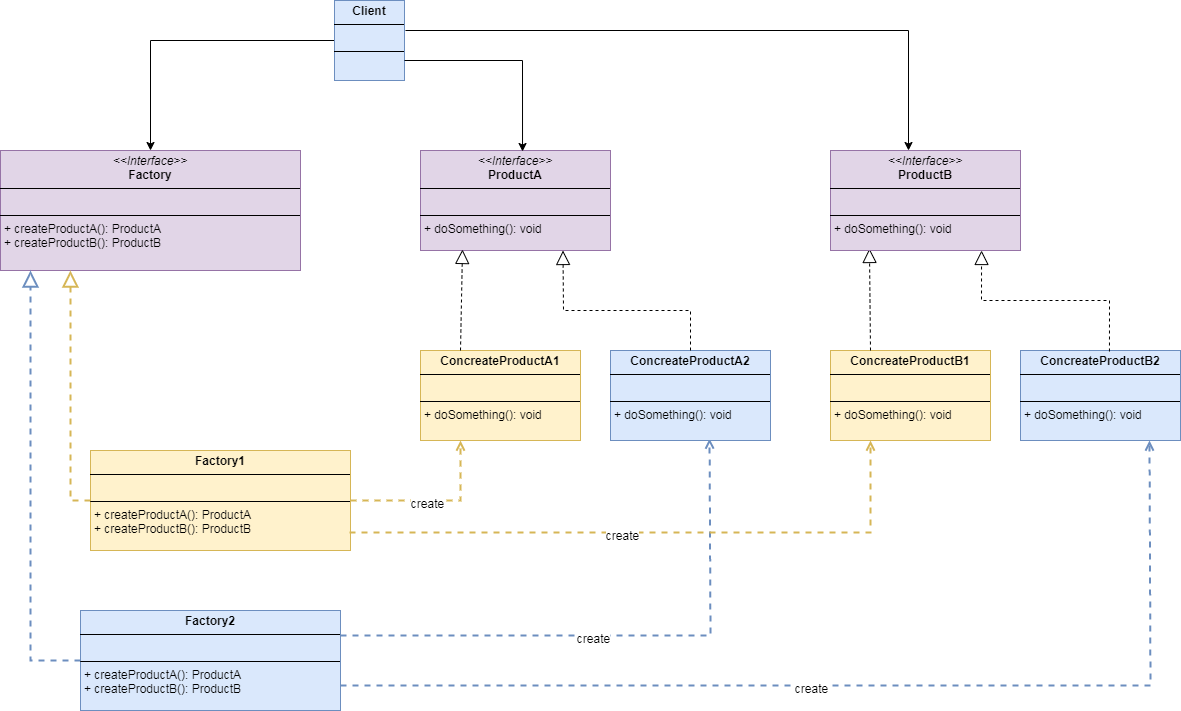
sustamp/sustamp.github.io keeps this draw.io diagram as assets/pictures/design-patterns/Pattern-Abstract-Factory.drawio.png. Above is the earlier version. Source tidied: cells renumbered, new cells last; positions are measured from the earlier drawing's top-left corner, leaving out a move shared by most shapes.
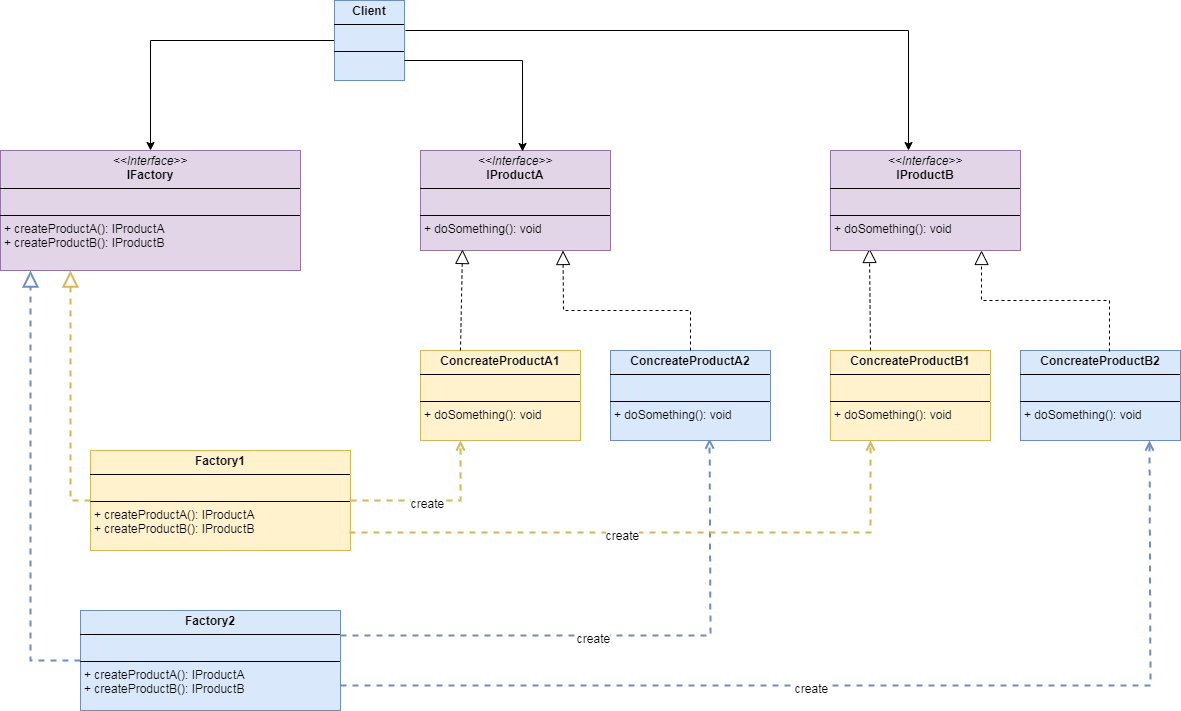
After the commit.

What changed in the source:
```diff
@@ -2,7 +2,7 @@
   <root>
     <mxCell id="0" />
     <mxCell id="1" parent="0" />
-    <mxCell id="2" value="&lt;p style=&quot;margin:0px;margin-top:4px;text-align:center;&quot;&gt;&lt;i&gt;&amp;lt;&amp;lt;Interface&amp;gt;&amp;gt;&lt;/i&gt;&lt;br&gt;&lt;b&gt;ProductA&lt;/b&gt;&lt;/p&gt;&lt;hr size=&quot;1&quot; style=&quot;border-style:solid;&quot;&gt;&lt;p style=&quot;margin:0px;margin-left:4px;&quot;&gt;&lt;br&gt;&lt;/p&gt;&lt;hr size=&quot;1&quot; style=&quot;border-style:solid;&quot;&gt;&lt;p style=&quot;margin:0px;margin-left:4px;&quot;&gt;+ doSomething(): void&lt;br&gt;&lt;/p&gt;" style="verticalAlign=top;align=left;overflow=fill;html=1;whiteSpace=wrap;fillColor=#e1d5e7;strokeColor=#9673a6;" parent="1" vertex="1">
+    <mxCell id="2" value="&lt;p style=&quot;margin:0px;margin-top:4px;text-align:center;&quot;&gt;&lt;i&gt;&amp;lt;&amp;lt;Interface&amp;gt;&amp;gt;&lt;/i&gt;&lt;br&gt;&lt;b&gt;IProductA&lt;/b&gt;&lt;/p&gt;&lt;hr size=&quot;1&quot; style=&quot;border-style:solid;&quot;&gt;&lt;p style=&quot;margin:0px;margin-left:4px;&quot;&gt;&lt;br&gt;&lt;/p&gt;&lt;hr size=&quot;1&quot; style=&quot;border-style:solid;&quot;&gt;&lt;p style=&quot;margin:0px;margin-left:4px;&quot;&gt;+ doSomething(): void&lt;br&gt;&lt;/p&gt;" style="verticalAlign=top;align=left;overflow=fill;html=1;whiteSpace=wrap;fillColor=#e1d5e7;strokeColor=#9673a6;" parent="1" vertex="1">
       <mxGeometry x="420" y="150" width="190" height="100" as="geometry" />
     </mxCell>
     <mxCell id="3" value="&lt;p style=&quot;margin:0px;margin-top:4px;text-align:center;&quot;&gt;&lt;b&gt;ConcreateProductA1&lt;/b&gt;&lt;br&gt;&lt;/p&gt;&lt;hr size=&quot;1&quot; style=&quot;border-style:solid;&quot;&gt;&lt;p style=&quot;margin:0px;margin-left:4px;&quot;&gt;&lt;br&gt;&lt;/p&gt;&lt;hr size=&quot;1&quot; style=&quot;border-style:solid;&quot;&gt;&lt;p style=&quot;margin: 0px 0px 0px 4px;&quot;&gt;&lt;span style=&quot;background-color: initial;&quot;&gt;+ doSomething(): void&lt;/span&gt;&lt;br&gt;&lt;/p&gt;" style="verticalAlign=top;align=left;overflow=fill;html=1;whiteSpace=wrap;fillColor=#fff2cc;strokeColor=#d6b656;" parent="1" vertex="1">
@@ -14,13 +14,13 @@
     <mxCell id="5" style="endArrow=block;dashed=1;endFill=0;endSize=12;html=1;rounded=0;entryX=0.221;entryY=0.99;entryDx=0;entryDy=0;exitX=0.25;exitY=0;exitDx=0;exitDy=0;strokeWidth=1;entryPerimeter=0;" parent="1" edge="1" source="3" target="2">
       <mxGeometry relative="1" as="geometry" />
     </mxCell>
-    <mxCell id="6" value="&lt;p style=&quot;margin: 4px 0px 0px; text-align: center;&quot;&gt;&lt;b&gt;Factory1&lt;/b&gt;&lt;/p&gt;&lt;hr size=&quot;1&quot; style=&quot;border-style:solid;&quot;&gt;&lt;p style=&quot;margin:0px;margin-left:4px;&quot;&gt;&lt;br&gt;&lt;/p&gt;&lt;hr size=&quot;1&quot; style=&quot;border-style:solid;&quot;&gt;&lt;p style=&quot;margin: 0px 0px 0px 4px;&quot;&gt;+ createProductA(): ProductA&lt;br&gt;&lt;/p&gt;&lt;p style=&quot;margin: 0px 0px 0px 4px;&quot;&gt;+ createProductB(): ProductB&lt;/p&gt;" style="verticalAlign=top;align=left;overflow=fill;html=1;whiteSpace=wrap;fillColor=#fff2cc;strokeColor=#d6b656;" parent="1" vertex="1">
+    <mxCell id="6" value="&lt;p style=&quot;margin: 4px 0px 0px; text-align: center;&quot;&gt;&lt;b&gt;Factory1&lt;/b&gt;&lt;/p&gt;&lt;hr size=&quot;1&quot; style=&quot;border-style:solid;&quot;&gt;&lt;p style=&quot;margin:0px;margin-left:4px;&quot;&gt;&lt;br&gt;&lt;/p&gt;&lt;hr size=&quot;1&quot; style=&quot;border-style:solid;&quot;&gt;&lt;p style=&quot;margin: 0px 0px 0px 4px;&quot;&gt;+ createProductA(): IProductA&lt;br&gt;&lt;/p&gt;&lt;p style=&quot;margin: 0px 0px 0px 4px;&quot;&gt;+ createProductB(): IProductB&lt;/p&gt;" style="verticalAlign=top;align=left;overflow=fill;html=1;whiteSpace=wrap;fillColor=#fff2cc;strokeColor=#d6b656;" parent="1" vertex="1">
       <mxGeometry x="90" y="450" width="260" height="100" as="geometry" />
     </mxCell>
-    <mxCell id="7" value="&lt;p style=&quot;margin:0px;margin-top:4px;text-align:center;&quot;&gt;&lt;i&gt;&amp;lt;&amp;lt;Interface&amp;gt;&amp;gt;&lt;/i&gt;&lt;br&gt;&lt;b&gt;Factory&lt;/b&gt;&lt;/p&gt;&lt;hr size=&quot;1&quot; style=&quot;border-style:solid;&quot;&gt;&lt;p style=&quot;margin:0px;margin-left:4px;&quot;&gt;&lt;br&gt;&lt;/p&gt;&lt;hr size=&quot;1&quot; style=&quot;border-style:solid;&quot;&gt;&lt;p style=&quot;margin:0px;margin-left:4px;&quot;&gt;+ createProductA(): ProductA&lt;br&gt;&lt;/p&gt;&lt;p style=&quot;margin:0px;margin-left:4px;&quot;&gt;+ createProductB(): ProductB&lt;/p&gt;" style="verticalAlign=top;align=left;overflow=fill;html=1;whiteSpace=wrap;fillColor=#e1d5e7;strokeColor=#9673a6;" parent="1" vertex="1">
+    <mxCell id="7" value="&lt;p style=&quot;margin:0px;margin-top:4px;text-align:center;&quot;&gt;&lt;i&gt;&amp;lt;&amp;lt;Interface&amp;gt;&amp;gt;&lt;/i&gt;&lt;br&gt;&lt;b&gt;IFactory&lt;/b&gt;&lt;/p&gt;&lt;hr size=&quot;1&quot; style=&quot;border-style:solid;&quot;&gt;&lt;p style=&quot;margin:0px;margin-left:4px;&quot;&gt;&lt;br&gt;&lt;/p&gt;&lt;hr size=&quot;1&quot; style=&quot;border-style:solid;&quot;&gt;&lt;p style=&quot;margin:0px;margin-left:4px;&quot;&gt;+ createProductA(): IProductA&lt;br&gt;&lt;/p&gt;&lt;p style=&quot;margin:0px;margin-left:4px;&quot;&gt;+ createProductB(): IProductB&lt;/p&gt;" style="verticalAlign=top;align=left;overflow=fill;html=1;whiteSpace=wrap;fillColor=#e1d5e7;strokeColor=#9673a6;" parent="1" vertex="1">
       <mxGeometry y="150" width="300" height="120" as="geometry" />
     </mxCell>
-    <mxCell id="8" value="&lt;p style=&quot;margin: 4px 0px 0px; text-align: center;&quot;&gt;&lt;b&gt;Factory2&lt;/b&gt;&lt;/p&gt;&lt;hr size=&quot;1&quot; style=&quot;border-style:solid;&quot;&gt;&lt;p style=&quot;margin:0px;margin-left:4px;&quot;&gt;&lt;br&gt;&lt;/p&gt;&lt;hr size=&quot;1&quot; style=&quot;border-style:solid;&quot;&gt;&lt;p style=&quot;margin: 0px 0px 0px 4px;&quot;&gt;+ createProductA(): ProductA&lt;br&gt;&lt;/p&gt;&lt;p style=&quot;margin: 0px 0px 0px 4px;&quot;&gt;+ createProductB(): ProductB&lt;/p&gt;" style="verticalAlign=top;align=left;overflow=fill;html=1;whiteSpace=wrap;fillColor=#dae8fc;strokeColor=#6c8ebf;" parent="1" vertex="1">
+    <mxCell id="8" value="&lt;p style=&quot;margin: 4px 0px 0px; text-align: center;&quot;&gt;&lt;b&gt;Factory2&lt;/b&gt;&lt;/p&gt;&lt;hr size=&quot;1&quot; style=&quot;border-style:solid;&quot;&gt;&lt;p style=&quot;margin:0px;margin-left:4px;&quot;&gt;&lt;br&gt;&lt;/p&gt;&lt;hr size=&quot;1&quot; style=&quot;border-style:solid;&quot;&gt;&lt;p style=&quot;margin: 0px 0px 0px 4px;&quot;&gt;+ createProductA(): IProductA&lt;br&gt;&lt;/p&gt;&lt;p style=&quot;margin: 0px 0px 0px 4px;&quot;&gt;+ createProductB(): IProductB&lt;/p&gt;" style="verticalAlign=top;align=left;overflow=fill;html=1;whiteSpace=wrap;fillColor=#dae8fc;strokeColor=#6c8ebf;" parent="1" vertex="1">
       <mxGeometry x="80" y="610" width="260" height="100" as="geometry" />
     </mxCell>
     <mxCell id="9" style="endArrow=block;dashed=1;endFill=0;endSize=12;html=1;rounded=0;entryX=0.233;entryY=1;entryDx=0;entryDy=0;exitX=0;exitY=0.5;exitDx=0;exitDy=0;entryPerimeter=0;fillColor=#fff2cc;strokeColor=#d6b656;strokeWidth=2;" parent="1" edge="1" source="6" target="7">
@@ -113,7 +113,7 @@
         </Array>
       </mxGeometry>
     </mxCell>
-    <mxCell id="25" value="&lt;p style=&quot;margin:0px;margin-top:4px;text-align:center;&quot;&gt;&lt;i&gt;&amp;lt;&amp;lt;Interface&amp;gt;&amp;gt;&lt;/i&gt;&lt;br&gt;&lt;b&gt;ProductB&lt;/b&gt;&lt;/p&gt;&lt;hr size=&quot;1&quot; style=&quot;border-style:solid;&quot;&gt;&lt;p style=&quot;margin:0px;margin-left:4px;&quot;&gt;&lt;br&gt;&lt;/p&gt;&lt;hr size=&quot;1&quot; style=&quot;border-style:solid;&quot;&gt;&lt;p style=&quot;margin:0px;margin-left:4px;&quot;&gt;+ doSomething(): void&lt;br&gt;&lt;/p&gt;" style="verticalAlign=top;align=left;overflow=fill;html=1;whiteSpace=wrap;fillColor=#e1d5e7;strokeColor=#9673a6;" parent="1" vertex="1">
+    <mxCell id="25" value="&lt;p style=&quot;margin:0px;margin-top:4px;text-align:center;&quot;&gt;&lt;i&gt;&amp;lt;&amp;lt;Interface&amp;gt;&amp;gt;&lt;/i&gt;&lt;br&gt;&lt;b&gt;IProductB&lt;/b&gt;&lt;/p&gt;&lt;hr size=&quot;1&quot; style=&quot;border-style:solid;&quot;&gt;&lt;p style=&quot;margin:0px;margin-left:4px;&quot;&gt;&lt;br&gt;&lt;/p&gt;&lt;hr size=&quot;1&quot; style=&quot;border-style:solid;&quot;&gt;&lt;p style=&quot;margin:0px;margin-left:4px;&quot;&gt;+ doSomething(): void&lt;br&gt;&lt;/p&gt;" style="verticalAlign=top;align=left;overflow=fill;html=1;whiteSpace=wrap;fillColor=#e1d5e7;strokeColor=#9673a6;" parent="1" vertex="1">
       <mxGeometry x="830" y="150" width="190" height="100" as="geometry" />
     </mxCell>
     <mxCell id="26" style="html=1;verticalAlign=bottom;labelBackgroundColor=none;endArrow=open;endFill=0;dashed=1;rounded=0;exitX=0.996;exitY=0.82;exitDx=0;exitDy=0;entryX=0.25;entryY=1;entryDx=0;entryDy=0;exitPerimeter=0;fillColor=#fff2cc;strokeColor=#d6b656;strokeWidth=2;" parent="1" edge="1" source="6" target="4">
```
